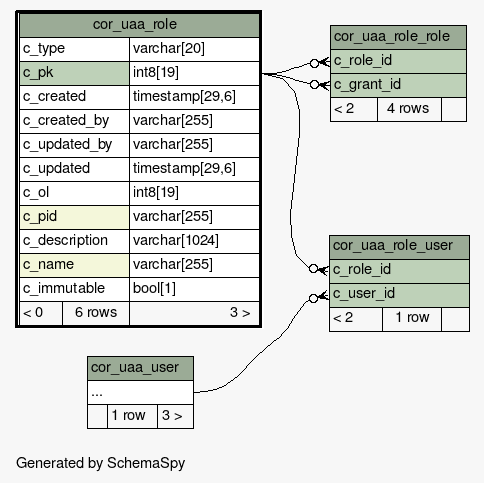
The Graphviz diagram 2.0.0-SNAPSHOT/schemaspy/diagrams/cor_uaa_role.2degrees.png in openwms/org.openwms.core.uaa, before a commit. Its source is kept beside it as 2.0.0-SNAPSHOT/schemaspy/diagrams/cor_uaa_role.2degrees.dot.
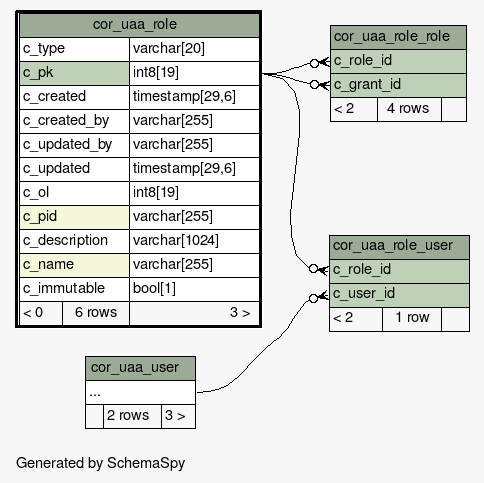
Above is the later version.

The edit, as a diff of the source:
```diff
@@ -68,7 +68,7 @@
     <TABLE BORDER="0" CELLBORDER="1" CELLSPACING="0" BGCOLOR="#ffffff">
       <TR><TD COLSPAN="3" BGCOLOR="#9bab96" ALIGN="CENTER">cor_uaa_user</TD></TR>
       <TR><TD PORT="elipses" COLSPAN="3" ALIGN="LEFT">...</TD></TR>
-      <TR><TD ALIGN="LEFT" BGCOLOR="#f7f7f7">  </TD><TD ALIGN="RIGHT" BGCOLOR="#f7f7f7">1 row</TD><TD ALIGN="RIGHT" BGCOLOR="#f7f7f7">3 &gt;</TD></TR>
+      <TR><TD ALIGN="LEFT" BGCOLOR="#f7f7f7">  </TD><TD ALIGN="RIGHT" BGCOLOR="#f7f7f7">2 rows</TD><TD ALIGN="RIGHT" BGCOLOR="#f7f7f7">3 &gt;</TD></TR>
     </TABLE>>
     URL="cor_uaa_user.html"
     tooltip="cor_uaa_user"
```
